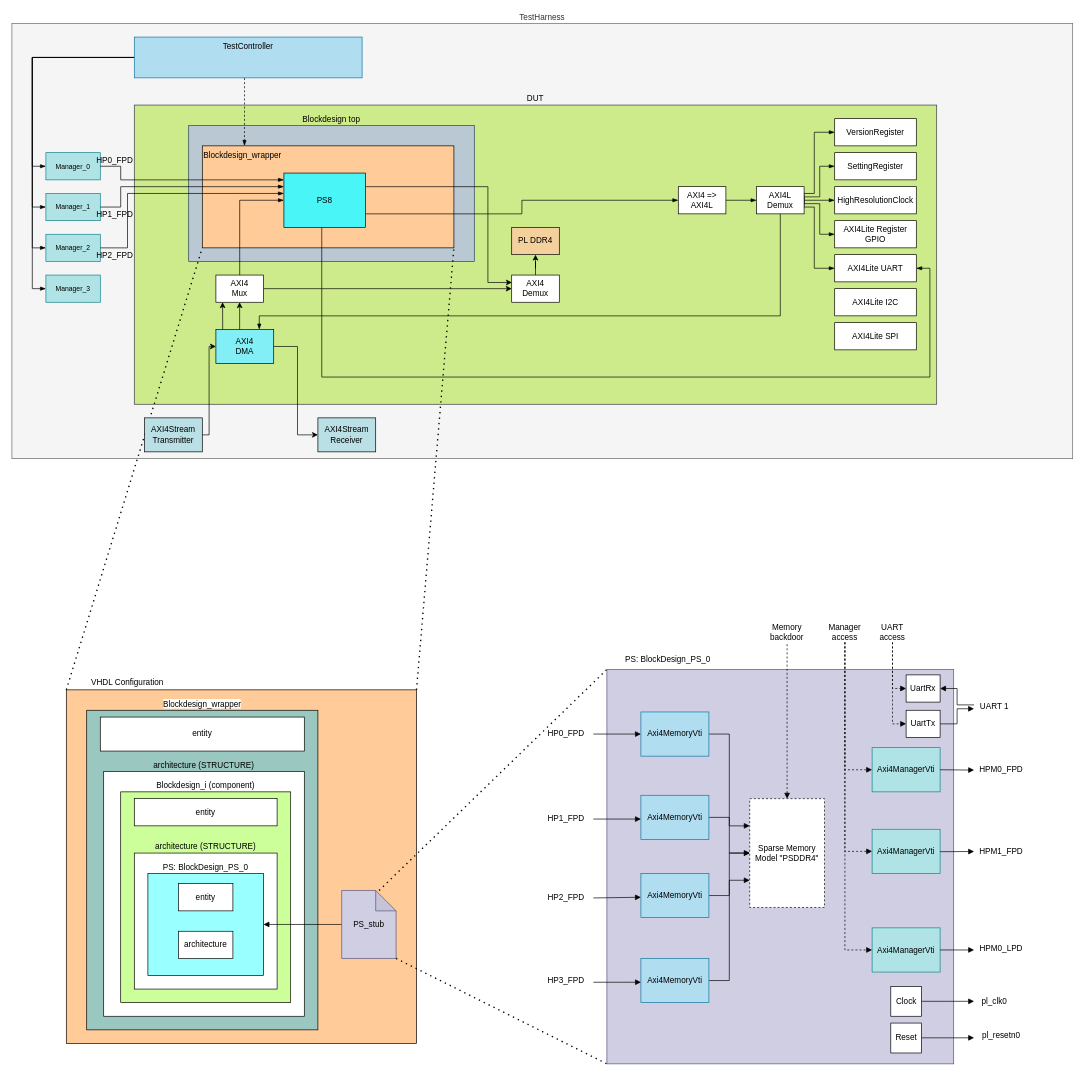
The draw.io diagram doc/diagrams/BlockDiagrams.drawio in Paebbels/BigDesign, before the edit. Source tidied: cells renumbered, new cells numbered last; positions are measured from the earlier drawing's top-left corner, leaving out a move shared by most shapes. Both pictures are drawn from the tidied source at 68%, with x=0, y=0 at pixel (12, 23).
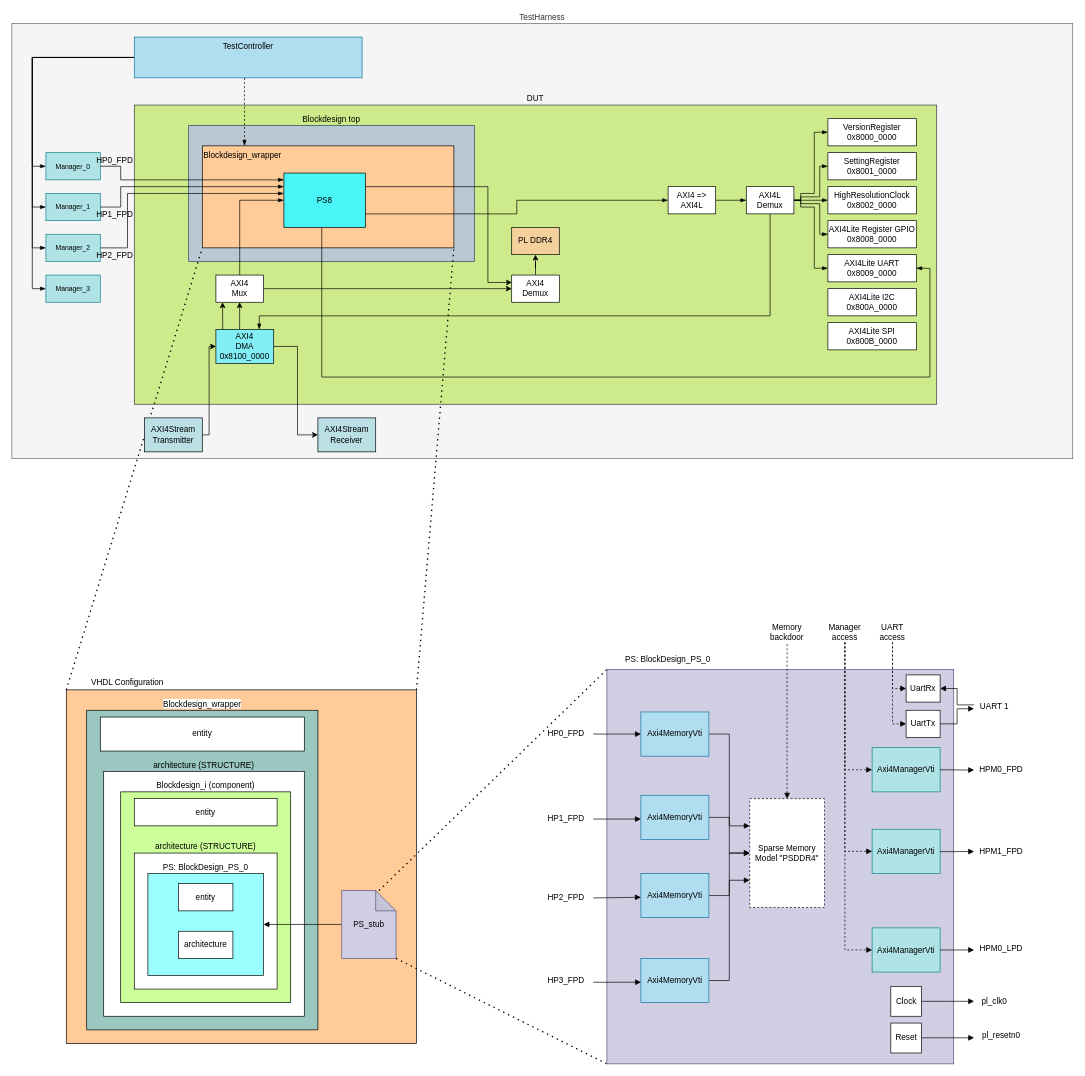
The same page after the edit.

Commit message (it also covers changes not shown here):
- defined base addresses for connected slaves - updated blockdiagram - renamings, added new constants - small fixes

The edit, as a diff of the source:
```diff
@@
     <mxCell id="7" value="AXI4 =&amp;gt;&lt;br&gt;AXI4L" style="rounded=0;whiteSpace=wrap;html=1;" parent="1" vertex="1">
-      <mxGeometry x="980" y="240" width="70" height="40" as="geometry" />
+      <mxGeometry x="965" y="240" width="70" height="40" as="geometry" />
     </mxCell>
@@
-    <mxCell id="81" value="VersionRegister" style="rounded=0;whiteSpace=wrap;html=1;" parent="1" vertex="1">
-      <mxGeometry x="1210" y="140" width="120" height="40" as="geometry" />
+    <mxCell id="81" value="VersionRegister&lt;br&gt;0x8000_0000" style="rounded=0;whiteSpace=wrap;html=1;" parent="1" vertex="1">
+      <mxGeometry x="1200" y="140" width="130" height="40" as="geometry" />
     </mxCell>
-    <mxCell id="82" value="SettingRegister" style="rounded=0;whiteSpace=wrap;html=1;" parent="1" vertex="1">
-      <mxGeometry x="1210" y="190" width="120" height="40" as="geometry" />
+    <mxCell id="82" value="SettingRegister&lt;div&gt;0x8001_0000&lt;/div&gt;" style="rounded=0;whiteSpace=wrap;html=1;" parent="1" vertex="1">
+      <mxGeometry x="1200" y="190" width="130" height="40" as="geometry" />
     </mxCell>
-    <mxCell id="83" value="HighResolutionClock" style="rounded=0;whiteSpace=wrap;html=1;" parent="1" vertex="1">
-      <mxGeometry x="1210" y="240" width="120" height="40" as="geometry" />
+    <mxCell id="83" value="HighResolutionClock&lt;br&gt;0x8002_0000" style="rounded=0;whiteSpace=wrap;html=1;" parent="1" vertex="1">
+      <mxGeometry x="1200" y="240" width="130" height="40" as="geometry" />
     </mxCell>
-    <mxCell id="84" value="AXI4Lite Register&lt;br&gt;GPIO" style="rounded=0;whiteSpace=wrap;html=1;" parent="1" vertex="1">
-      <mxGeometry x="1210" y="290" width="120" height="40" as="geometry" />
+    <mxCell id="84" value="AXI4Lite Register GPIO&lt;br&gt;0x8008_0000" style="rounded=0;whiteSpace=wrap;html=1;" parent="1" vertex="1">
+      <mxGeometry x="1200" y="290" width="130" height="40" as="geometry" />
     </mxCell>
-    <mxCell id="85" value="AXI4Lite UART" style="rounded=0;whiteSpace=wrap;html=1;" parent="1" vertex="1">
-      <mxGeometry x="1210" y="340" width="120" height="40" as="geometry" />
+    <mxCell id="85" value="AXI4Lite UART&lt;br&gt;0x8009_0000" style="rounded=0;whiteSpace=wrap;html=1;" parent="1" vertex="1">
+      <mxGeometry x="1200" y="340" width="130" height="40" as="geometry" />
     </mxCell>
     <mxCell id="86" style="edgeStyle=orthogonalEdgeStyle;rounded=0;jettySize=auto;html=1;exitX=1;exitY=0.5;exitDx=0;exitDy=0;entryX=0;entryY=0.5;entryDx=0;entryDy=0;endArrow=blockThin;endFill=1;" parent="1" edge="1" source="92" target="81">
       <mxGeometry relative="1" as="geometry">
         <Array as="points">
-          <mxPoint x="1165" y="250" />
+          <mxPoint x="1160" y="260" />
+          <mxPoint x="1160" y="250" />
           <mxPoint x="1180" y="250" />
           <mxPoint x="1180" y="160" />
         </Array>
       </mxGeometry>
     </mxCell>
     <mxCell id="87" style="edgeStyle=orthogonalEdgeStyle;rounded=0;jettySize=auto;html=1;exitX=1;exitY=0.5;exitDx=0;exitDy=0;entryX=0;entryY=0.5;entryDx=0;entryDy=0;endArrow=blockThin;endFill=1;" parent="1" edge="1" source="92" target="82">
       <mxGeometry relative="1" as="geometry">
         <Array as="points">
-          <mxPoint x="1165" y="255" />
+          <mxPoint x="1160" y="260" />
+          <mxPoint x="1160" y="255" />
           <mxPoint x="1188" y="255" />
           <mxPoint x="1188" y="210" />
         </Array>
       </mxGeometry>
     </mxCell>
@@
     <mxCell id="89" style="edgeStyle=orthogonalEdgeStyle;rounded=0;jettySize=auto;html=1;exitX=1;exitY=0.5;exitDx=0;exitDy=0;entryX=0;entryY=0.5;entryDx=0;entryDy=0;endArrow=blockThin;endFill=1;" parent="1" edge="1" source="92" target="84">
       <mxGeometry relative="1" as="geometry">
         <Array as="points">
-          <mxPoint x="1165" y="265" />
+          <mxPoint x="1160" y="260" />
+          <mxPoint x="1160" y="265" />
           <mxPoint x="1188" y="265" />
           <mxPoint x="1188" y="310" />
         </Array>
       </mxGeometry>
     </mxCell>
     <mxCell id="90" style="edgeStyle=orthogonalEdgeStyle;rounded=0;jettySize=auto;html=1;exitX=1;exitY=0.5;exitDx=0;exitDy=0;entryX=0;entryY=0.5;entryDx=0;entryDy=0;endArrow=blockThin;endFill=1;" parent="1" edge="1" source="92" target="85">
       <mxGeometry relative="1" as="geometry">
         <Array as="points">
-          <mxPoint x="1165" y="270" />
+          <mxPoint x="1160" y="260" />
+          <mxPoint x="1160" y="270" />
           <mxPoint x="1180" y="270" />
           <mxPoint x="1180" y="360" />
         </Array>
       </mxGeometry>
     </mxCell>
     <mxCell id="91" style="edgeStyle=orthogonalEdgeStyle;rounded=0;jettySize=auto;html=1;exitX=0.5;exitY=1;exitDx=0;exitDy=0;entryX=0.75;entryY=0;entryDx=0;entryDy=0;endArrow=blockThin;endFill=1;" parent="1" edge="1" source="92" target="97">
       <mxGeometry relative="1" as="geometry">
         <Array as="points">
-          <mxPoint x="1130" y="430" />
+          <mxPoint x="1115" y="430" />
           <mxPoint x="364" y="430" />
         </Array>
       </mxGeometry>
     </mxCell>
     <mxCell id="92" value="AXI4L Demux" style="rounded=0;whiteSpace=wrap;html=1;" parent="1" vertex="1">
-      <mxGeometry x="1095" y="240" width="70" height="40" as="geometry" />
+      <mxGeometry x="1080" y="240" width="70" height="40" as="geometry" />
     </mxCell>
@@
-    <mxCell id="97" value="AXI4&lt;br&gt;DMA" style="rounded=0;whiteSpace=wrap;html=1;fillColor=light-dark(#82eef5, #ededed);" parent="1" vertex="1">
+    <mxCell id="97" value="AXI4&lt;br&gt;DMA&lt;div&gt;0x8100_0000&lt;/div&gt;" style="rounded=0;whiteSpace=wrap;html=1;fillColor=light-dark(#82eef5, #ededed);" parent="1" vertex="1">
       <mxGeometry x="300" y="450" width="85" height="50" as="geometry" />
     </mxCell>
-    <mxCell id="98" value="AXI4Lite I2C" style="rounded=0;whiteSpace=wrap;html=1;" parent="1" vertex="1">
-      <mxGeometry x="1210" y="390" width="120" height="40" as="geometry" />
+    <mxCell id="98" value="AXI4Lite I2C&lt;div&gt;0x800A_0000&lt;/div&gt;" style="rounded=0;whiteSpace=wrap;html=1;" parent="1" vertex="1">
+      <mxGeometry x="1200" y="390" width="130" height="40" as="geometry" />
     </mxCell>
-    <mxCell id="99" value="AXI4Lite SPI" style="rounded=0;whiteSpace=wrap;html=1;" parent="1" vertex="1">
-      <mxGeometry x="1210" y="440" width="120" height="40" as="geometry" />
+    <mxCell id="99" value="AXI4Lite SPI&lt;br&gt;0x800B_0000" style="rounded=0;whiteSpace=wrap;html=1;" parent="1" vertex="1">
+      <mxGeometry x="1200" y="440" width="130" height="40" as="geometry" />
     </mxCell>
```
